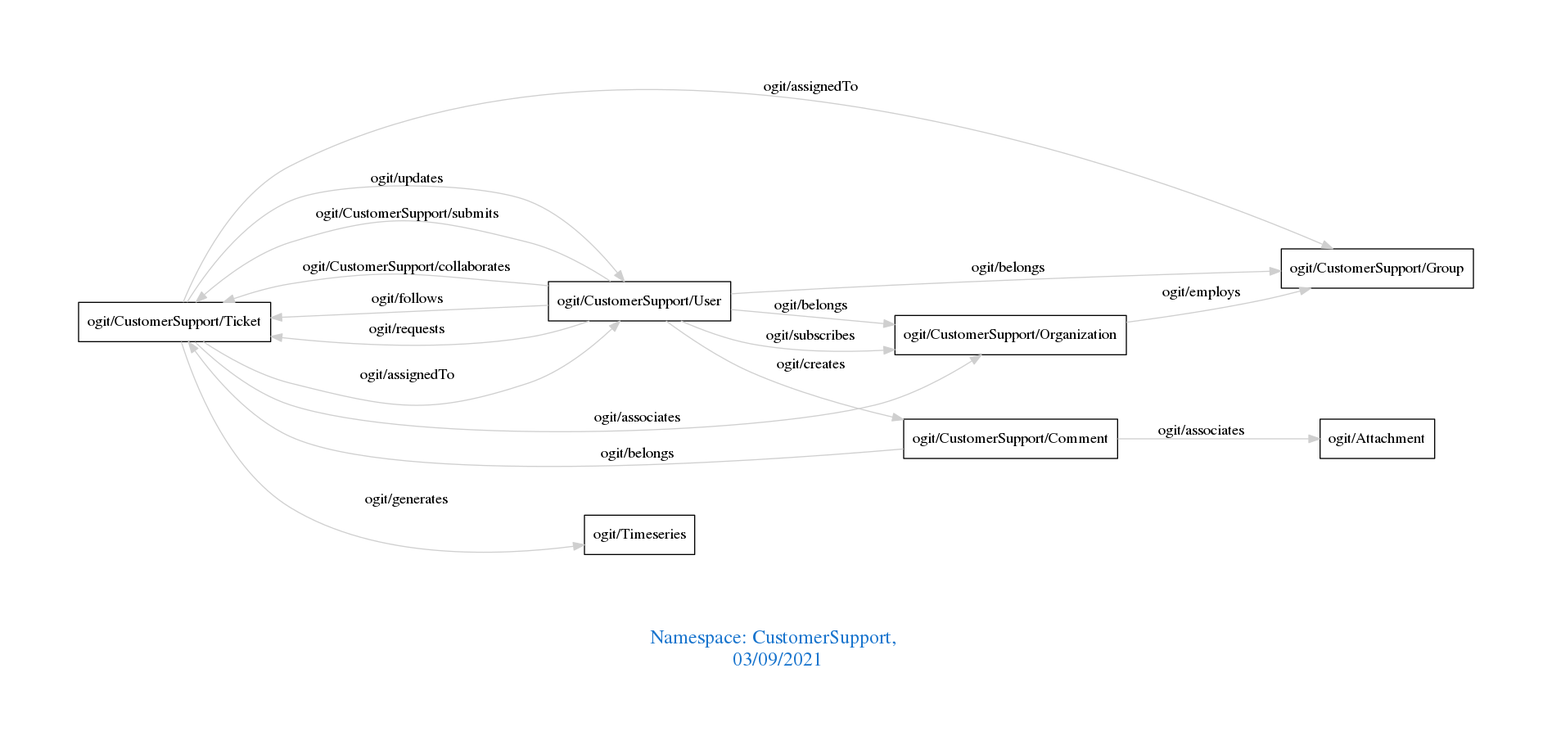
The Graphviz diagram downloads/CustomerSupport.png in arago/OGIT, before a commit. Its source is kept beside it as downloads/CustomerSupport.dot.
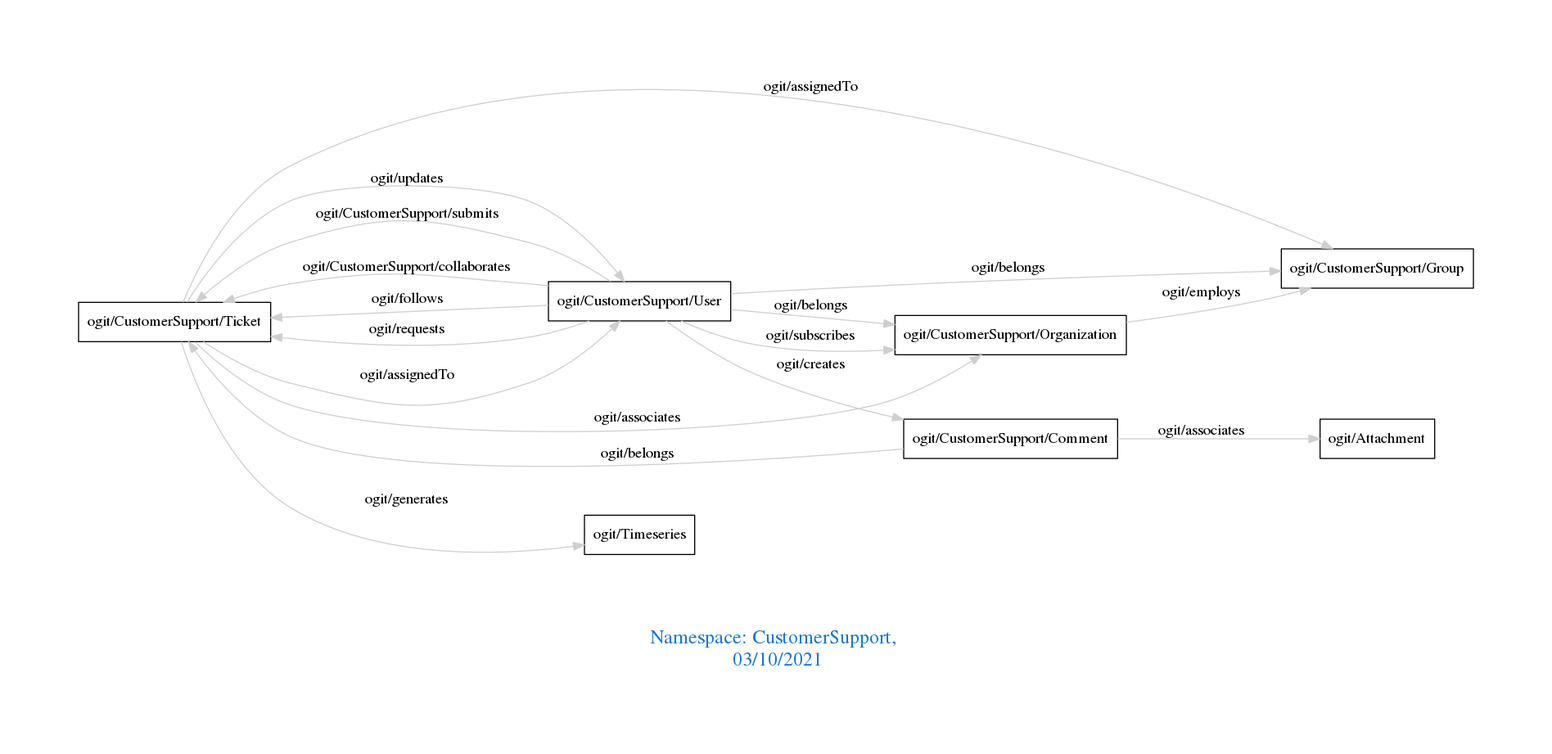
After the change.

The edit, as a diff of the source:
```diff
@@ -1,7 +1,7 @@
 digraph OGIT_ontology {
  graph [ rankdir= LR,pad=1
 fontsize = 18,
-fontcolor= dodgerblue3,label = "\n\n\nNamespace: CustomerSupport, \n 03/09/2021"];
+fontcolor= dodgerblue3,label = "\n\n\nNamespace: CustomerSupport, \n 03/10/2021"];
 node[shape=polygon];
 edge [  color="gray81"];
 
```
